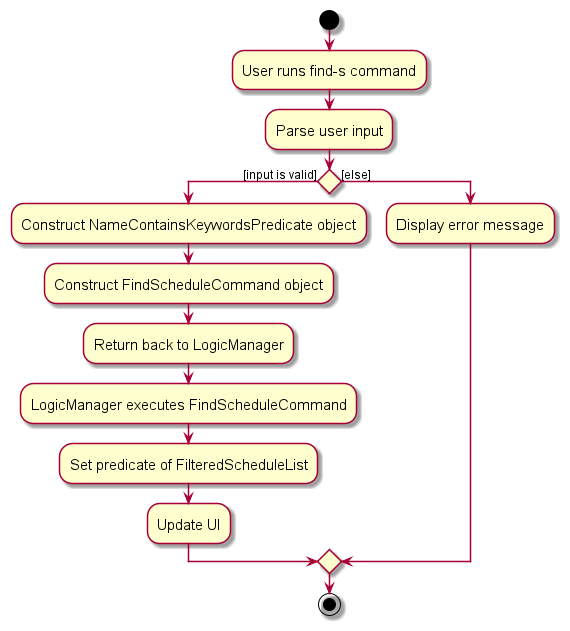
This is docs/images/FindScheduleActivityDiagram.png from nus-cs2103-AY2324S1/tp, a PlantUML export, as it was before one commit. Its diagram source:
```plantuml
@startuml
skin rose
skinparam ActivityFontSize 15
skinparam ArrowFontSize 12
start
:User runs find-s command;


:Parse user input;

if () then ([input is valid])
    :Construct NameContainsKeywordsPredicate object;
    :Construct FindScheduleCommand object;
    :Return back to LogicManager;
    :LogicManager executes FindScheduleCommand;
    :Set predicate of FilteredScheduleList;
    :Update UI;
else ([else])
    :Display error message;
endif
stop
@enduml
```
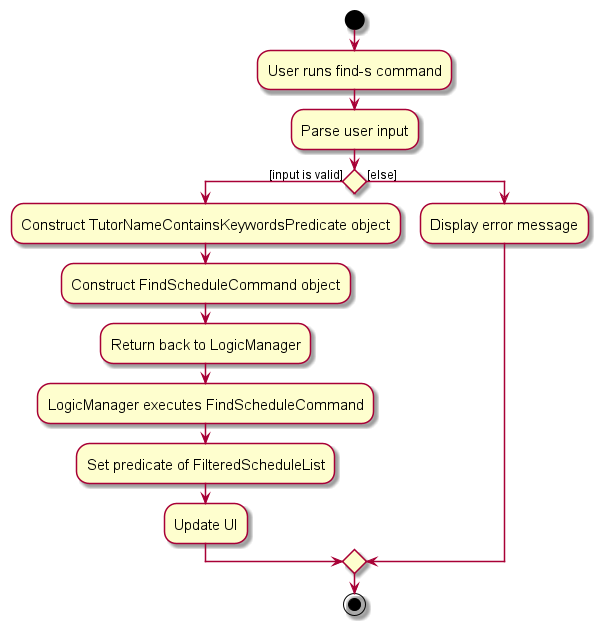
Later version of the same file.

Commit message:
Update typos and changed phrases for find-s and list-s

Diff of the diagram source:
```diff
@@ -9,7 +9,7 @@
 :Parse user input;
 
 if () then ([input is valid])
-    :Construct NameContainsKeywordsPredicate object;
+    :Construct TutorNameContainsKeywordsPredicate object;
     :Construct FindScheduleCommand object;
     :Return back to LogicManager;
     :LogicManager executes FindScheduleCommand;
```
